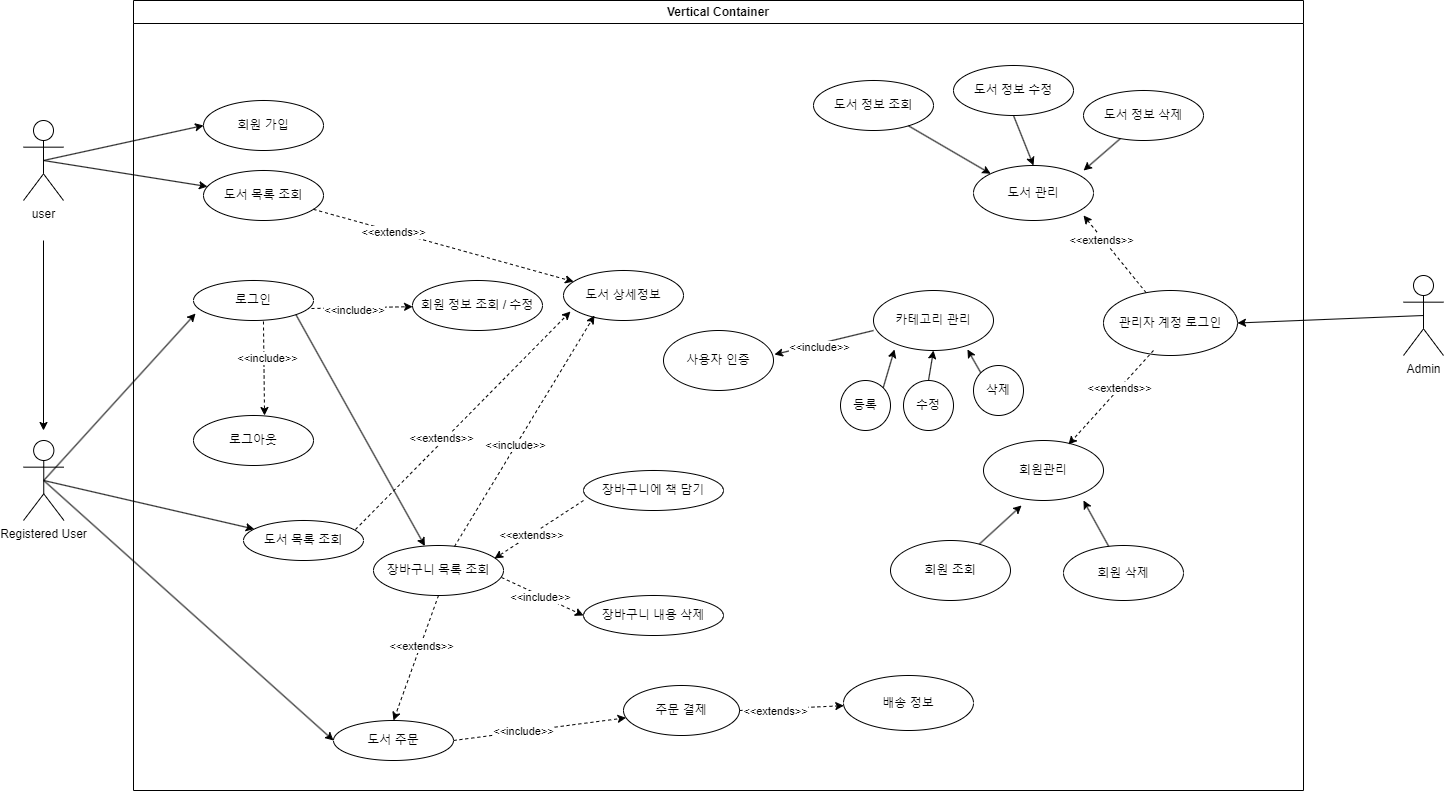
Before: src/온라인 서점 use-case2.png, a diagram exported from draw.io (junHyeokP/BookMarket). Source tidied: cells renumbered, new cells last; positions are measured from the earlier drawing's top-left corner, leaving out a move shared by most shapes.
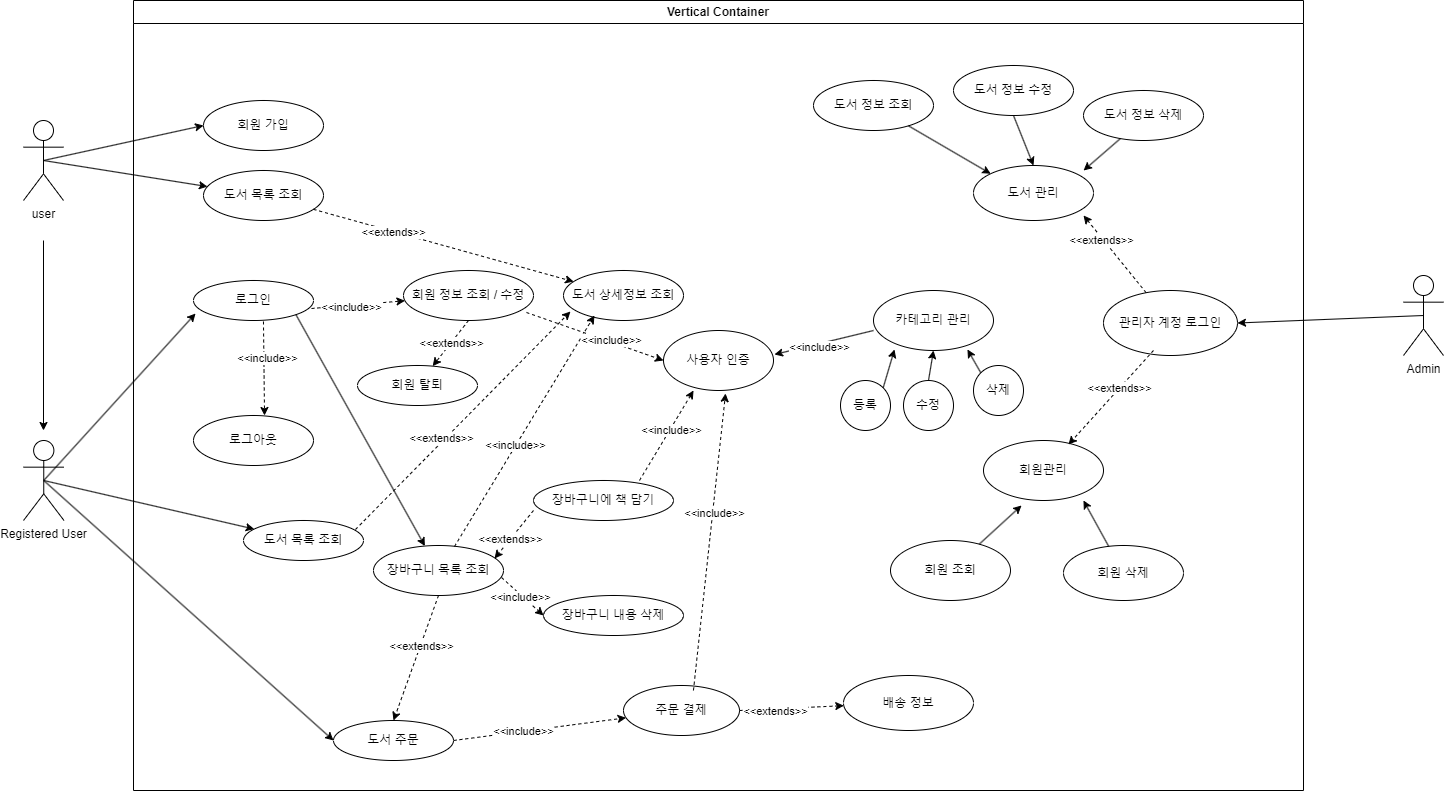
After the commit.

Commit message:
온라인 서점 use-case2.png 업데이트

The edit, as a diff of the source:
```diff
@@ -44,11 +44,11 @@
     <mxCell id="15" value="&amp;lt;&amp;lt;include&amp;gt;&amp;gt;" style="edgeLabel;html=1;align=center;verticalAlign=middle;" parent="14" vertex="1">
       <mxGeometry x="-0.2" relative="1" as="geometry" />
     </mxCell>
-    <mxCell id="16" value="도서 상세정보" style="ellipse;whiteSpace=wrap;html=1;" parent="6" vertex="1">
+    <mxCell id="16" value="도서 상세정보 조회" style="ellipse;whiteSpace=wrap;html=1;" parent="6" vertex="1">
       <mxGeometry x="430" y="270" width="120" height="50" as="geometry" />
     </mxCell>
     <mxCell id="17" value="장바구니에 책 담기" style="ellipse;whiteSpace=wrap;html=1;" parent="6" vertex="1">
-      <mxGeometry x="450" y="470" width="140" height="40" as="geometry" />
+      <mxGeometry x="400" y="480" width="140" height="40" as="geometry" />
     </mxCell>
     <mxCell id="18" style="endArrow=classic;html=1;rounded=0;dashed=1;" parent="6" edge="1" source="8" target="16">
       <mxGeometry relative="1" as="geometry" />
@@ -81,7 +81,7 @@
       <mxGeometry x="970" y="290" width="134" height="65" as="geometry" />
     </mxCell>
     <mxCell id="28" value="장바구니 내용 삭제" style="ellipse;whiteSpace=wrap;html=1;" parent="6" vertex="1">
-      <mxGeometry x="450" y="595" width="140" height="40" as="geometry" />
+      <mxGeometry x="410" y="595" width="140" height="40" as="geometry" />
     </mxCell>
     <mxCell id="29" value="도서 관리" style="ellipse;whiteSpace=wrap;html=1;" parent="6" vertex="1">
       <mxGeometry x="840" y="165" width="120" height="55" as="geometry" />
@@ -111,7 +111,7 @@
       <mxGeometry x="-0.32" y="-2" relative="1" as="geometry" />
     </mxCell>
     <mxCell id="38" value="회원 정보 조회 / 수정" style="ellipse;whiteSpace=wrap;html=1;" parent="6" vertex="1">
-      <mxGeometry x="279" y="280" width="130" height="50" as="geometry" />
+      <mxGeometry x="270" y="270" width="130" height="50" as="geometry" />
     </mxCell>
     <mxCell id="39" style="endArrow=classic;html=1;rounded=0;exitX=0.983;exitY=0.7;exitDx=0;exitDy=0;exitPerimeter=0;dashed=1;" parent="6" edge="1" source="9" target="38">
       <mxGeometry relative="1" as="geometry" />
@@ -200,6 +200,33 @@
     <mxCell id="67" value="&amp;lt;&amp;lt;include&amp;gt;&amp;gt;" style="edgeLabel;html=1;align=center;verticalAlign=middle;" parent="66" vertex="1">
       <mxGeometry x="0.13" y="3" relative="1" as="geometry" />
     </mxCell>
+    <mxCell id="74" style="endArrow=classic;html=1;rounded=0;exitX=0.946;exitY=0.84;exitDx=0;exitDy=0;exitPerimeter=0;entryX=0;entryY=0.5;entryDx=0;entryDy=0;dashed=1;" parent="6" edge="1" source="38" target="58">
+      <mxGeometry relative="1" as="geometry" />
+    </mxCell>
+    <mxCell id="75" value="&amp;lt;&amp;lt;include&amp;gt;&amp;gt;" style="edgeLabel;html=1;align=center;verticalAlign=middle;" parent="74" vertex="1">
+      <mxGeometry x="0.23" y="2" relative="1" as="geometry" />
+    </mxCell>
+    <mxCell id="76" style="endArrow=classic;html=1;rounded=0;exitX=0.757;exitY=0;exitDx=0;exitDy=0;exitPerimeter=0;entryX=0.273;entryY=1;entryDx=0;entryDy=0;entryPerimeter=0;dashed=1;" parent="6" edge="1" source="17" target="58">
+      <mxGeometry relative="1" as="geometry" />
+    </mxCell>
+    <mxCell id="77" value="&amp;lt;&amp;lt;include&amp;gt;&amp;gt;" style="edgeLabel;html=1;align=center;verticalAlign=middle;" parent="76" vertex="1">
+      <mxGeometry x="0.15" y="-1" relative="1" as="geometry" />
+    </mxCell>
+    <mxCell id="78" style="endArrow=classic;html=1;rounded=0;exitX=0.603;exitY=0.1;exitDx=0;exitDy=0;exitPerimeter=0;entryX=0.564;entryY=1.05;entryDx=0;entryDy=0;entryPerimeter=0;dashed=1;" parent="6" edge="1" source="13" target="58">
+      <mxGeometry relative="1" as="geometry" />
+    </mxCell>
+    <mxCell id="79" value="&amp;lt;&amp;lt;include&amp;gt;&amp;gt;" style="edgeLabel;html=1;align=center;verticalAlign=middle;" parent="78" vertex="1">
+      <mxGeometry x="0.2" y="-1" relative="1" as="geometry" />
+    </mxCell>
+    <mxCell id="80" value="회원 탈퇴" style="ellipse;whiteSpace=wrap;html=1;" parent="6" vertex="1">
+      <mxGeometry x="224" y="365" width="120" height="40" as="geometry" />
+    </mxCell>
+    <mxCell id="81" style="endArrow=classic;html=1;rounded=0;exitX=0.5;exitY=1;exitDx=0;exitDy=0;dashed=1;" parent="6" edge="1" source="38" target="80">
+      <mxGeometry relative="1" as="geometry" />
+    </mxCell>
+    <mxCell id="82" value="&amp;lt;&amp;lt;extends&amp;gt;&amp;gt;" style="edgeLabel;html=1;align=center;verticalAlign=middle;" parent="81" vertex="1">
+      <mxGeometry x="0.01" relative="1" as="geometry" />
+    </mxCell>
     <mxCell id="68" value="Registered User" style="shape=umlActor;verticalLabelPosition=bottom;verticalAlign=top;html=1;outlineConnect=0;" parent="1" vertex="1">
       <mxGeometry y="440" width="40.5" height="80" as="geometry" />
     </mxCell>
```
